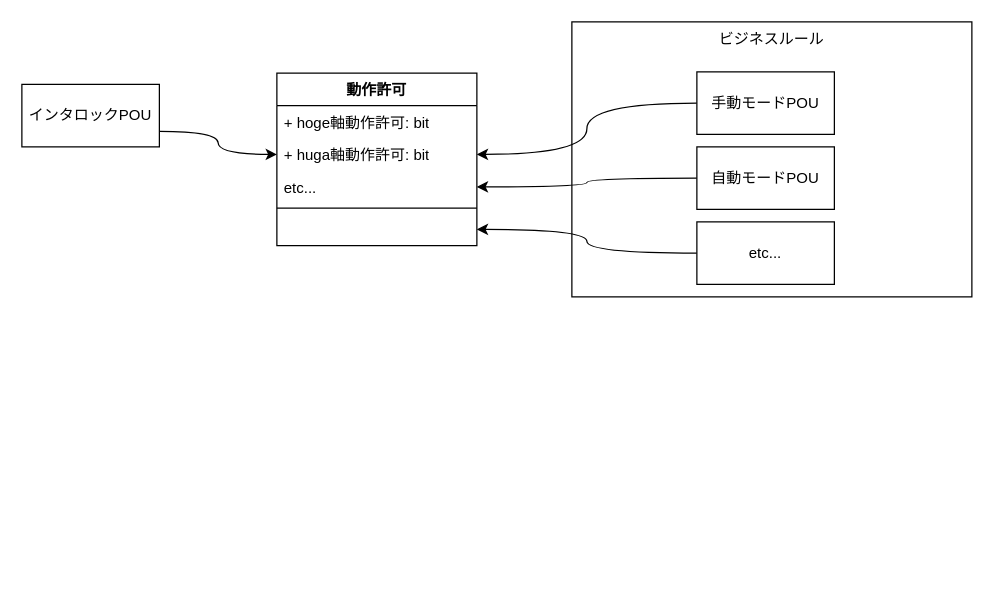
The draw.io diagram Zenn.drawio in kittaka12341/PLC, before the edit. Source tidied: cells renumbered, new cells numbered last; positions are measured from the earlier drawing's top-left corner, leaving out a move shared by most shapes. Both pictures are drawn from the tidied source at 125%, with x=0, y=0 at pixel (21, 21).
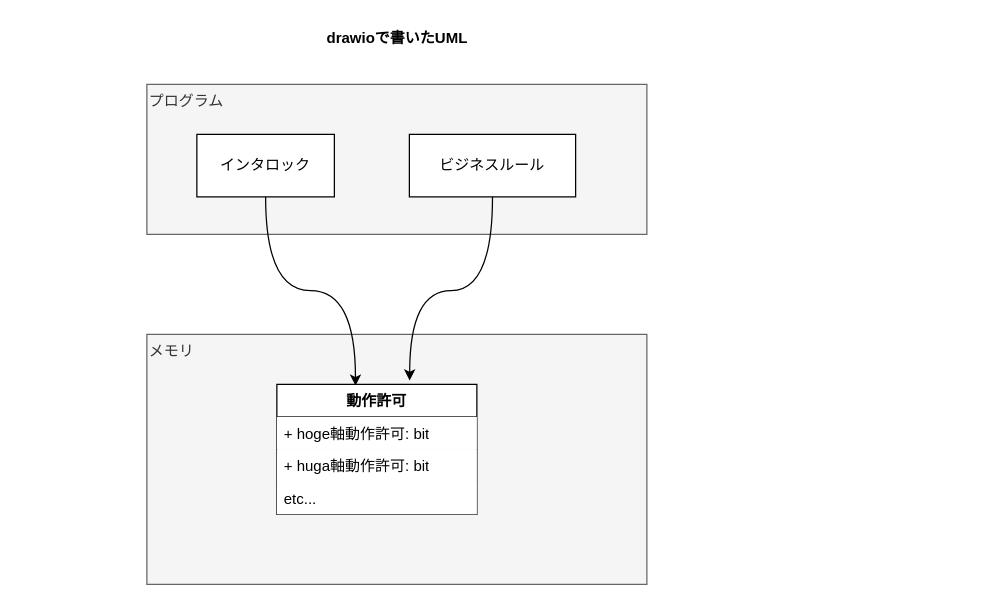
The same page after the edit.

Commit message (it also covers changes not shown here):
Zenn.drawio を更新します

The edit, as a diff of the source:
```diff
@@
 <mxGraphModel>
   <root>
     <mxCell id="0" />
     <mxCell id="1" parent="0" />
+    <mxCell id="17" value="メモリ" style="html=1;whiteSpace=wrap;verticalAlign=top;align=left;labelBackgroundColor=none;fillColor=#f5f5f5;strokeColor=#666666;fontColor=#333333;" parent="1" vertex="1">
+      <mxGeometry x="100" y="250" width="400" height="200" as="geometry" />
+    </mxCell>
+    <mxCell id="18" value="プログラム" style="html=1;whiteSpace=wrap;verticalAlign=top;align=left;labelBackgroundColor=none;fillColor=#f5f5f5;strokeColor=#666666;fontColor=#333333;" parent="1" vertex="1">
+      <mxGeometry x="100" y="50" width="400" height="120" as="geometry" />
+    </mxCell>
-    <mxCell id="2" value="ビジネスルール" style="html=1;whiteSpace=wrap;verticalAlign=top;" parent="1" vertex="1">
-      <mxGeometry x="440" width="320" height="220" as="geometry" />
+    <mxCell id="2" value="ビジネスルール" style="html=1;whiteSpace=wrap;verticalAlign=middle;" parent="1" vertex="1">
+      <mxGeometry x="310" y="90" width="133" height="50" as="geometry" />
     </mxCell>
-    <mxCell id="3" style="edgeStyle=orthogonalEdgeStyle;rounded=0;jettySize=auto;html=1;curved=1;exitX=1;exitY=0.75;exitDx=0;exitDy=0;" parent="1" edge="1" source="4" target="7">
+    <mxCell id="3" style="edgeStyle=orthogonalEdgeStyle;rounded=0;jettySize=auto;html=1;curved=1;exitX=0.5;exitY=1;exitDx=0;exitDy=0;entryX=0.393;entryY=0.01;entryDx=0;entryDy=0;entryPerimeter=0;" parent="1" edge="1" source="4" target="5">
       <mxGeometry relative="1" as="geometry" />
     </mxCell>
-    <mxCell id="4" value="インタロックPOU" style="html=1;whiteSpace=wrap;" parent="1" vertex="1">
-      <mxGeometry y="50" width="110" height="50" as="geometry" />
+    <mxCell id="4" value="インタロック" style="html=1;whiteSpace=wrap;" parent="1" vertex="1">
+      <mxGeometry x="140" y="90" width="110" height="50" as="geometry" />
     </mxCell>
     <mxCell id="5" value="動作許可" style="swimlane;fontStyle=1;align=center;verticalAlign=top;horizontal=1;startSize=26;whiteSpace=wrap;html=1;" parent="1" vertex="1">
-      <mxGeometry x="204" y="41" width="160" height="138" as="geometry" />
+      <mxGeometry x="204" y="290" width="160" height="104" as="geometry" />
     </mxCell>
-    <mxCell id="6" value="+ hoge軸動作許可: bit" style="text;strokeColor=none;fillColor=none;align=left;verticalAlign=top;spacingLeft=4;spacingRight=4;overflow=hidden;whiteSpace=wrap;html=1;" parent="5" vertex="1">
+    <mxCell id="6" value="+ hoge軸動作許可: bit" style="text;align=left;verticalAlign=top;spacingLeft=4;spacingRight=4;overflow=hidden;whiteSpace=wrap;html=1;fillColor=default;" parent="5" vertex="1">
       <mxGeometry y="26" width="160" height="26" as="geometry" />
     </mxCell>
-    <mxCell id="7" value="+ huga軸動作許可: bit" style="text;strokeColor=none;fillColor=none;align=left;verticalAlign=top;spacingLeft=4;spacingRight=4;overflow=hidden;points=[[0,0.5],[1,0.5]];portConstraint=eastwest;whiteSpace=wrap;html=1;" parent="5" vertex="1">
+    <mxCell id="7" value="+ huga軸動作許可: bit" style="text;align=left;verticalAlign=top;spacingLeft=4;spacingRight=4;overflow=hidden;points=[[0,0.5],[1,0.5]];portConstraint=eastwest;whiteSpace=wrap;html=1;fillColor=default;" parent="5" vertex="1">
       <mxGeometry y="52" width="160" height="26" as="geometry" />
     </mxCell>
-    <mxCell id="8" value="etc..." style="text;strokeColor=none;fillColor=none;align=left;verticalAlign=top;spacingLeft=4;spacingRight=4;overflow=hidden;points=[[0,0.5],[1,0.5]];portConstraint=eastwest;whiteSpace=wrap;html=1;" parent="5" vertex="1">
+    <mxCell id="8" value="etc..." style="text;align=left;verticalAlign=top;spacingLeft=4;spacingRight=4;overflow=hidden;points=[[0,0.5],[1,0.5]];portConstraint=eastwest;whiteSpace=wrap;html=1;fillColor=default;" parent="5" vertex="1">
       <mxGeometry y="78" width="160" height="26" as="geometry" />
     </mxCell>
-    <mxCell id="9" style="line;strokeWidth=1;fillColor=none;align=left;verticalAlign=middle;spacingTop=-1;spacingLeft=3;spacingRight=3;labelPosition=right;strokeColor=inherit;" parent="5" vertex="1">
-      <mxGeometry y="104" width="160" height="8" as="geometry" />
-    </mxCell>
-    <mxCell id="10" value="&amp;nbsp;" style="text;strokeColor=none;fillColor=none;align=left;verticalAlign=top;spacingLeft=4;spacingRight=4;overflow=hidden;points=[[0,0.5],[1,0.5]];portConstraint=eastwest;whiteSpace=wrap;html=1;" parent="5" vertex="1">
-      <mxGeometry y="112" width="160" height="26" as="geometry" />
-    </mxCell>
-    <mxCell id="11" style="edgeStyle=orthogonalEdgeStyle;rounded=0;jettySize=auto;html=1;entryX=1;entryY=0.5;entryDx=0;entryDy=0;curved=1;exitX=0;exitY=0.5;exitDx=0;exitDy=0;" parent="1" edge="1" source="12" target="7">
+    <mxCell id="11" style="edgeStyle=orthogonalEdgeStyle;rounded=0;jettySize=auto;html=1;entryX=0.664;entryY=-0.029;entryDx=0;entryDy=0;curved=1;exitX=0.5;exitY=1;exitDx=0;exitDy=0;entryPerimeter=0;" parent="1" edge="1" source="2" target="5">
       <mxGeometry relative="1" as="geometry" />
     </mxCell>
-    <mxCell id="12" value="手動モードPOU" style="html=1;whiteSpace=wrap;" parent="1" vertex="1">
-      <mxGeometry x="540" y="40" width="110" height="50" as="geometry" />
-    </mxCell>
-    <mxCell id="13" style="edgeStyle=orthogonalEdgeStyle;rounded=0;jettySize=auto;html=1;exitX=0;exitY=0.5;exitDx=0;exitDy=0;entryX=1;entryY=0.5;entryDx=0;entryDy=0;curved=1;" parent="1" edge="1" source="14" target="8">
-      <mxGeometry relative="1" as="geometry" />
-    </mxCell>
-    <mxCell id="14" value="自動モードPOU" style="html=1;whiteSpace=wrap;" parent="1" vertex="1">
-      <mxGeometry x="540" y="100" width="110" height="50" as="geometry" />
-    </mxCell>
-    <mxCell id="15" style="edgeStyle=orthogonalEdgeStyle;rounded=0;jettySize=auto;html=1;exitX=0;exitY=0.5;exitDx=0;exitDy=0;entryX=1;entryY=0.5;entryDx=0;entryDy=0;curved=1;" parent="1" edge="1" source="16" target="10">
-      <mxGeometry relative="1" as="geometry" />
-    </mxCell>
-    <mxCell id="16" value="etc..." style="html=1;whiteSpace=wrap;" parent="1" vertex="1">
-      <mxGeometry x="540" y="160" width="110" height="50" as="geometry" />
-    </mxCell>
+    <mxCell id="19" value="drawioで書いたUML" style="text;align=center;fontStyle=1;verticalAlign=middle;spacingLeft=3;spacingRight=3;strokeColor=none;html=1;" parent="1" vertex="1">
+      <mxGeometry x="260" width="80" height="26" as="geometry" />
+    </mxCell>
   </root>
 </mxGraphModel>
```
